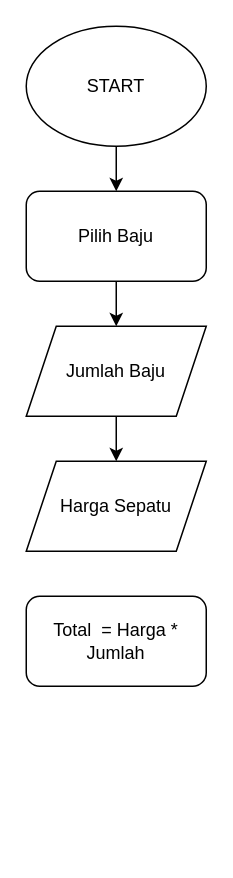
Yorikh11/Yorikh_Andika-Kalkulator_Diskon keeps this draw.io diagram as flowchart.drawio. Above is the earlier version. Source tidied: cells renumbered, new cells numbered last; positions are measured from the earlier drawing's top-left corner, leaving out a move shared by most shapes. Both pictures are drawn from the tidied source at 150%, with x=0, y=0 at pixel (26, 26).
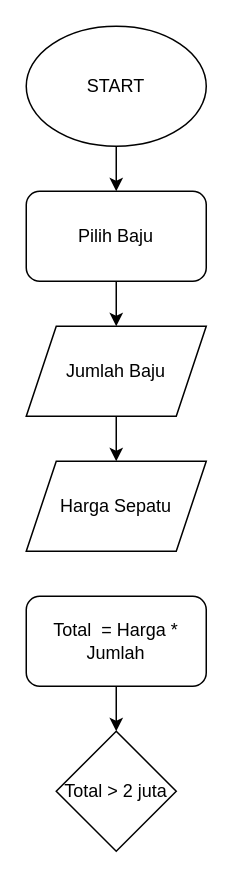
After the change.

Commit message:
Inisialisasi Pengkondisian

What changed in the source:
```diff
@@
 <mxGraphModel>
   <root>
     <mxCell id="0" />
     <mxCell id="1" parent="0" />
     <mxCell id="2" style="edgeStyle=none;html=1;exitX=0.5;exitY=1;exitDx=0;exitDy=0;entryX=0.5;entryY=0;entryDx=0;entryDy=0;" parent="1" edge="1" source="3" target="5">
       <mxGeometry relative="1" as="geometry" />
     </mxCell>
     <mxCell id="3" value="START" style="ellipse;whiteSpace=wrap;html=1;" parent="1" vertex="1">
       <mxGeometry width="120" height="80" as="geometry" />
     </mxCell>
     <mxCell id="4" style="edgeStyle=none;html=1;exitX=0.5;exitY=1;exitDx=0;exitDy=0;entryX=0.5;entryY=0;entryDx=0;entryDy=0;" parent="1" edge="1" source="5" target="7">
       <mxGeometry relative="1" as="geometry" />
     </mxCell>
     <mxCell id="5" value="Pilih Baju" style="rounded=1;whiteSpace=wrap;html=1;" parent="1" vertex="1">
       <mxGeometry y="110" width="120" height="60" as="geometry" />
     </mxCell>
     <mxCell id="6" style="edgeStyle=none;html=1;exitX=0.5;exitY=1;exitDx=0;exitDy=0;entryX=0.5;entryY=0;entryDx=0;entryDy=0;" parent="1" edge="1" source="7" target="8">
       <mxGeometry relative="1" as="geometry" />
     </mxCell>
     <mxCell id="7" value="Jumlah Baju" style="shape=parallelogram;perimeter=parallelogramPerimeter;whiteSpace=wrap;html=1;fixedSize=1;" parent="1" vertex="1">
       <mxGeometry y="200" width="120" height="60" as="geometry" />
     </mxCell>
     <mxCell id="8" value="Harga Sepatu" style="shape=parallelogram;perimeter=parallelogramPerimeter;whiteSpace=wrap;html=1;fixedSize=1;" parent="1" vertex="1">
       <mxGeometry y="290" width="120" height="60" as="geometry" />
     </mxCell>
+    <mxCell id="10" style="edgeStyle=none;html=1;exitX=0.5;exitY=1;exitDx=0;exitDy=0;entryX=0.5;entryY=0;entryDx=0;entryDy=0;" parent="1" edge="1" source="9" target="11">
+      <mxGeometry relative="1" as="geometry" />
+    </mxCell>
     <mxCell id="9" value="Total&amp;nbsp; = Harga * Jumlah" style="rounded=1;whiteSpace=wrap;html=1;" parent="1" vertex="1">
       <mxGeometry y="380" width="120" height="60" as="geometry" />
     </mxCell>
+    <mxCell id="11" value="Total &amp;gt; 2 juta" style="rhombus;whiteSpace=wrap;html=1;" parent="1" vertex="1">
+      <mxGeometry x="20" y="470" width="80" height="80" as="geometry" />
+    </mxCell>
   </root>
 </mxGraphModel>
```
